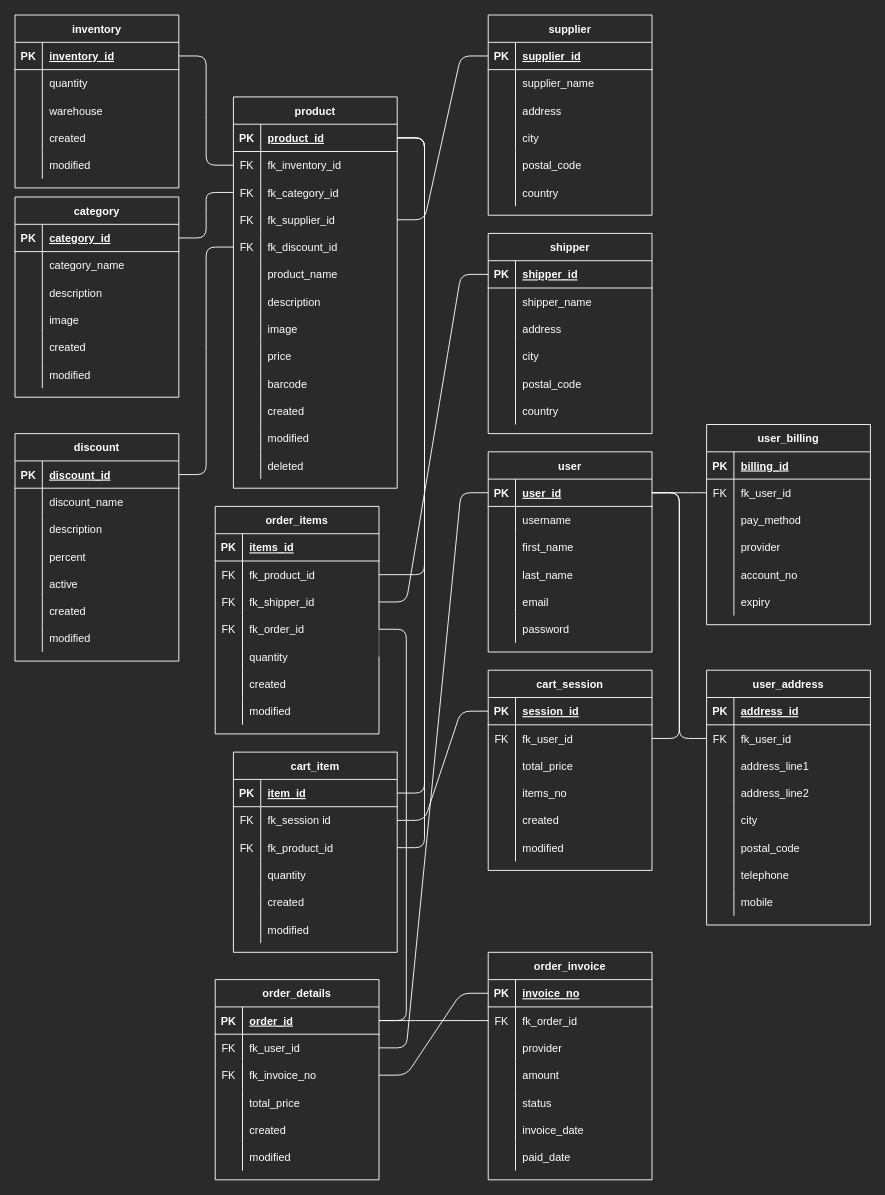
Before: page "UML Classes" (3 of 4) of diagrams/famazon.drawio in PCSedlaczek/BE15_CR9_Sedlaczek, a draw.io diagram. Source tidied: cells renumbered, new cells numbered last; positions are measured from the earlier drawing's top-left corner, leaving out a move shared by most shapes. Both pictures are drawn from the tidied source at 91%, with x=0, y=0 at pixel (15, 15).
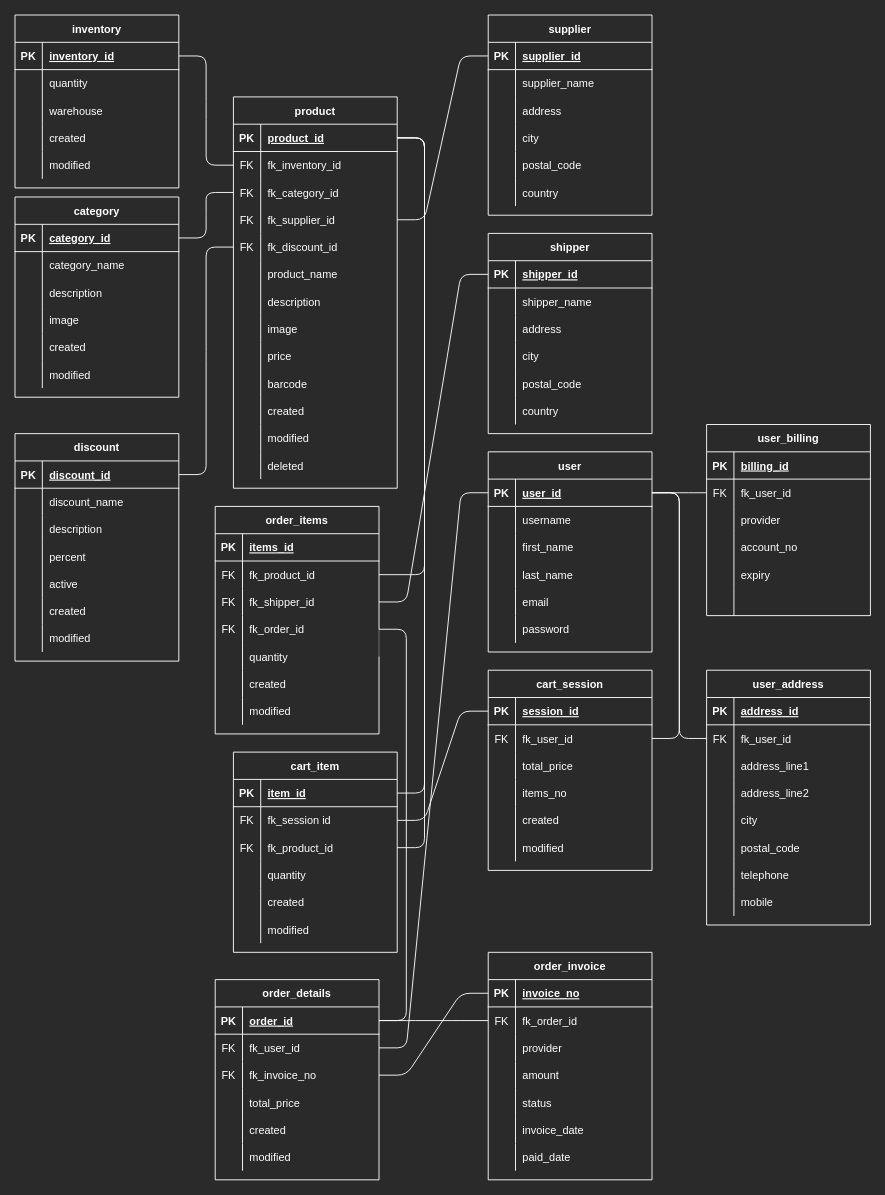
After the change.

The change refers to these unchanged cells:
```xml
<mxCell id="54" style="shape=partialRectangle;fillColor=none;top=0;left=0;bottom=0;right=0;labelBackgroundColor=none;fontColor=#FFFFFF;strokeColor=#FFFFFF;strokeWidth=1;" parent="47" vertex="1">
  <mxGeometry y="90" width="180" height="30" as="geometry" />
</mxCell>
<mxCell id="57" style="shape=partialRectangle;fillColor=none;top=0;left=0;bottom=0;right=0;labelBackgroundColor=none;fontColor=#FFFFFF;strokeColor=#FFFFFF;strokeWidth=1;" parent="47" vertex="1">
  <mxGeometry y="120" width="180" height="30" as="geometry" />
</mxCell>
<mxCell id="60" style="shape=partialRectangle;fillColor=none;top=0;left=0;bottom=0;right=0;labelBackgroundColor=none;fontColor=#FFFFFF;strokeColor=#FFFFFF;strokeWidth=1;" parent="47" vertex="1">
  <mxGeometry y="150" width="180" height="30" as="geometry" />
</mxCell>
<mxCell id="63" style="shape=partialRectangle;fillColor=none;top=0;left=0;bottom=0;right=0;labelBackgroundColor=none;fontColor=#FFFFFF;strokeColor=#FFFFFF;strokeWidth=1;" parent="47" vertex="1">
  <mxGeometry y="180" width="180" height="30" as="geometry" />
</mxCell>
```

The edit, as a diff of the source:
```diff
@@
     <mxCell id="47" value="user_billing" style="shape=table;startSize=30;childLayout=tableLayout;rowLines=0;fontStyle=1;align=center;labelBackgroundColor=none;fontColor=#FFFFFF;strokeColor=#FFFFFF;strokeWidth=1;fillColor=none;" parent="1" vertex="1">
-      <mxGeometry x="760" y="450" width="180" height="220" as="geometry" />
+      <mxGeometry x="760" y="450" width="180" height="210" as="geometry" />
     </mxCell>
@@
-    <mxCell id="56" value="pay_method" style="shape=partialRectangle;fillColor=none;top=0;left=0;bottom=0;right=0;align=left;spacingLeft=6;overflow=hidden;labelBackgroundColor=none;fontColor=#FFFFFF;strokeColor=#FFFFFF;strokeWidth=1;" parent="54" vertex="1">
+    <mxCell id="56" value="provider" style="shape=partialRectangle;fillColor=none;top=0;left=0;bottom=0;right=0;align=left;spacingLeft=6;overflow=hidden;labelBackgroundColor=none;fontColor=#FFFFFF;strokeColor=#FFFFFF;strokeWidth=1;" parent="54" vertex="1">
       <mxGeometry x="30" width="150" height="30" as="geometry" />
     </mxCell>
@@
-    <mxCell id="59" value="provider" style="shape=partialRectangle;fillColor=none;top=0;left=0;bottom=0;right=0;align=left;spacingLeft=6;overflow=hidden;labelBackgroundColor=none;fontColor=#FFFFFF;strokeColor=#FFFFFF;strokeWidth=1;" parent="57" vertex="1">
+    <mxCell id="59" value="account_no" style="shape=partialRectangle;fillColor=none;top=0;left=0;bottom=0;right=0;align=left;spacingLeft=6;overflow=hidden;labelBackgroundColor=none;fontColor=#FFFFFF;strokeColor=#FFFFFF;strokeWidth=1;" parent="57" vertex="1">
       <mxGeometry x="30" width="150" height="30" as="geometry" />
     </mxCell>
@@
-    <mxCell id="62" value="account_no" style="shape=partialRectangle;fillColor=none;top=0;left=0;bottom=0;right=0;align=left;spacingLeft=6;overflow=hidden;labelBackgroundColor=none;fontColor=#FFFFFF;strokeColor=#FFFFFF;strokeWidth=1;" parent="60" vertex="1">
+    <mxCell id="62" value="expiry" style="shape=partialRectangle;fillColor=none;top=0;left=0;bottom=0;right=0;align=left;spacingLeft=6;overflow=hidden;labelBackgroundColor=none;fontColor=#FFFFFF;strokeColor=#FFFFFF;strokeWidth=1;" parent="60" vertex="1">
       <mxGeometry x="30" width="150" height="30" as="geometry" />
     </mxCell>
@@
-    <mxCell id="65" value="expiry" style="shape=partialRectangle;fillColor=none;top=0;left=0;bottom=0;right=0;align=left;spacingLeft=6;overflow=hidden;labelBackgroundColor=none;fontColor=#FFFFFF;strokeColor=#FFFFFF;strokeWidth=1;" parent="63" vertex="1">
+    <mxCell id="65" style="shape=partialRectangle;fillColor=none;top=0;left=0;bottom=0;right=0;align=left;spacingLeft=6;overflow=hidden;labelBackgroundColor=none;fontColor=#FFFFFF;strokeColor=#FFFFFF;strokeWidth=1;" parent="63" vertex="1">
       <mxGeometry x="30" width="150" height="30" as="geometry" />
     </mxCell>
```
